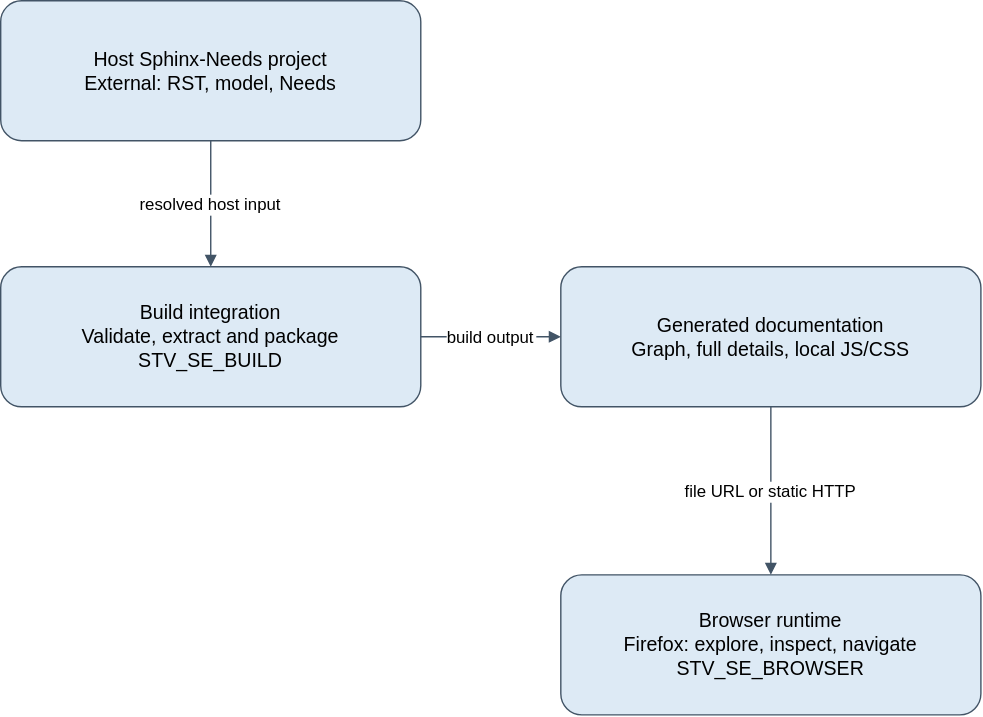
Above: docs/architecture/diagrams/system-architecture.svg in sysblacksmith/STV_sphinx-traceability-view (draw.io), before the change. Source tidied: cells renumbered, new cells last; positions are measured from the earlier drawing's top-left corner, leaving out a move shared by most shapes. Source of this version:
```xml
<mxGraphModel>
  <root>
    <mxCell id="0" />
    <mxCell id="1" parent="0" />
    <mxCell id="2" value="Host Sphinx-Needs project&#10;External: RST, model, Needs" style="rounded=1;whiteSpace=wrap;html=0;fillColor=#ddeaf5;strokeColor=#425466;fontSize=14;spacing=12;" parent="1" vertex="1">
      <mxGeometry width="300" height="100" as="geometry" />
    </mxCell>
    <mxCell id="3" value="Build integration&#10;Validate, extract and package&#10;STV_SE_BUILD" style="rounded=1;whiteSpace=wrap;html=0;fillColor=#ddeaf5;strokeColor=#425466;fontSize=14;spacing=12;" parent="1" vertex="1">
      <mxGeometry y="190" width="300" height="100" as="geometry" />
    </mxCell>
    <mxCell id="4" value="Generated documentation&#10;Graph, full details, local JS/CSS" style="rounded=1;whiteSpace=wrap;html=0;fillColor=#ddeaf5;strokeColor=#425466;fontSize=14;spacing=12;" parent="1" vertex="1">
      <mxGeometry x="400" y="190" width="300" height="100" as="geometry" />
    </mxCell>
    <mxCell id="5" value="Browser runtime&#10;Firefox: explore, inspect, navigate&#10;STV_SE_BROWSER" style="rounded=1;whiteSpace=wrap;html=0;fillColor=#ddeaf5;strokeColor=#425466;fontSize=14;spacing=12;" parent="1" vertex="1">
      <mxGeometry x="400" y="410" width="300" height="100" as="geometry" />
    </mxCell>
    <mxCell id="6" value="resolved host input" style="edgeStyle=orthogonalEdgeStyle;rounded=0;html=0;endArrow=block;strokeColor=#425466;fontSize=12;labelBackgroundColor=#ffffff;" parent="1" edge="1" source="2" target="3">
      <mxGeometry relative="1" as="geometry" />
    </mxCell>
    <mxCell id="7" value="build output" style="edgeStyle=orthogonalEdgeStyle;rounded=0;html=0;endArrow=block;strokeColor=#425466;fontSize=12;labelBackgroundColor=#ffffff;" parent="1" edge="1" source="3" target="4">
      <mxGeometry relative="1" as="geometry" />
    </mxCell>
    <mxCell id="8" value="file URL or static HTTP" style="edgeStyle=orthogonalEdgeStyle;rounded=0;html=0;endArrow=block;strokeColor=#425466;fontSize=12;labelBackgroundColor=#ffffff;" parent="1" edge="1" source="4" target="5">
      <mxGeometry relative="1" as="geometry" />
    </mxCell>
  </root>
</mxGraphModel>
```
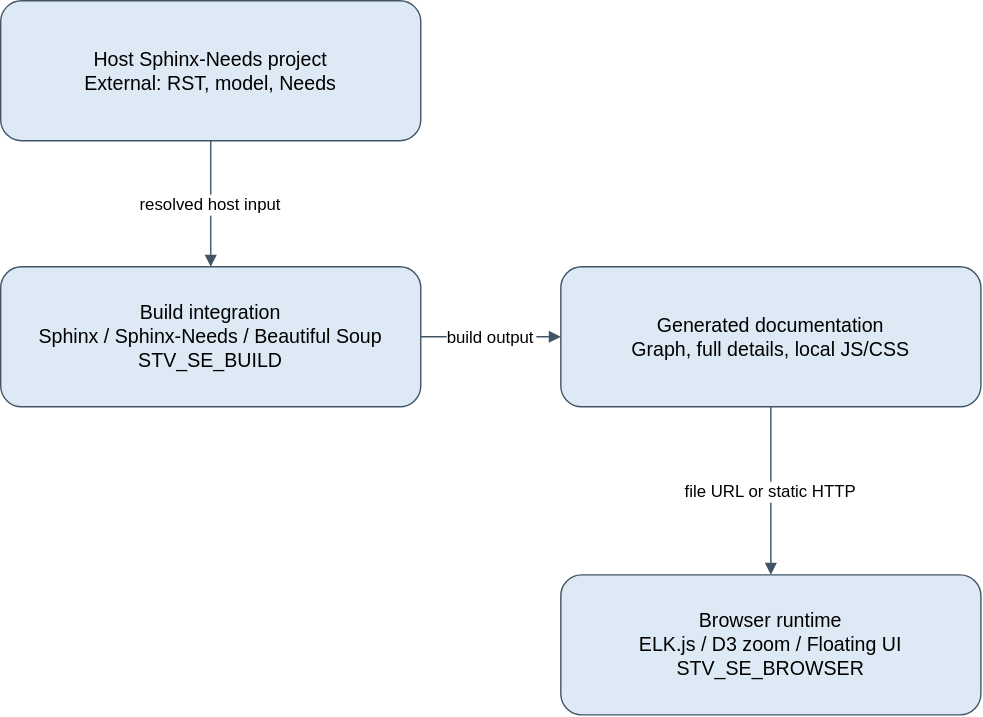
After the commit.

Diff of the diagram source:
```diff
@@ -5,13 +5,13 @@
     <mxCell id="2" value="Host Sphinx-Needs project&#10;External: RST, model, Needs" style="rounded=1;whiteSpace=wrap;html=0;fillColor=#ddeaf5;strokeColor=#425466;fontSize=14;spacing=12;" parent="1" vertex="1">
       <mxGeometry width="300" height="100" as="geometry" />
     </mxCell>
-    <mxCell id="3" value="Build integration&#10;Validate, extract and package&#10;STV_SE_BUILD" style="rounded=1;whiteSpace=wrap;html=0;fillColor=#ddeaf5;strokeColor=#425466;fontSize=14;spacing=12;" parent="1" vertex="1">
+    <mxCell id="3" value="Build integration&#10;Sphinx / Sphinx-Needs / Beautiful Soup&#10;STV_SE_BUILD" style="rounded=1;whiteSpace=wrap;html=0;fillColor=#ddeaf5;strokeColor=#425466;fontSize=14;spacing=12;" parent="1" vertex="1">
       <mxGeometry y="190" width="300" height="100" as="geometry" />
     </mxCell>
     <mxCell id="4" value="Generated documentation&#10;Graph, full details, local JS/CSS" style="rounded=1;whiteSpace=wrap;html=0;fillColor=#ddeaf5;strokeColor=#425466;fontSize=14;spacing=12;" parent="1" vertex="1">
       <mxGeometry x="400" y="190" width="300" height="100" as="geometry" />
     </mxCell>
-    <mxCell id="5" value="Browser runtime&#10;Firefox: explore, inspect, navigate&#10;STV_SE_BROWSER" style="rounded=1;whiteSpace=wrap;html=0;fillColor=#ddeaf5;strokeColor=#425466;fontSize=14;spacing=12;" parent="1" vertex="1">
+    <mxCell id="5" value="Browser runtime&#10;ELK.js / D3 zoom / Floating UI&#10;STV_SE_BROWSER" style="rounded=1;whiteSpace=wrap;html=0;fillColor=#ddeaf5;strokeColor=#425466;fontSize=14;spacing=12;" parent="1" vertex="1">
       <mxGeometry x="400" y="410" width="300" height="100" as="geometry" />
     </mxCell>
     <mxCell id="6" value="resolved host input" style="edgeStyle=orthogonalEdgeStyle;rounded=0;html=0;endArrow=block;strokeColor=#425466;fontSize=12;labelBackgroundColor=#ffffff;" parent="1" edge="1" source="2" target="3">
```
